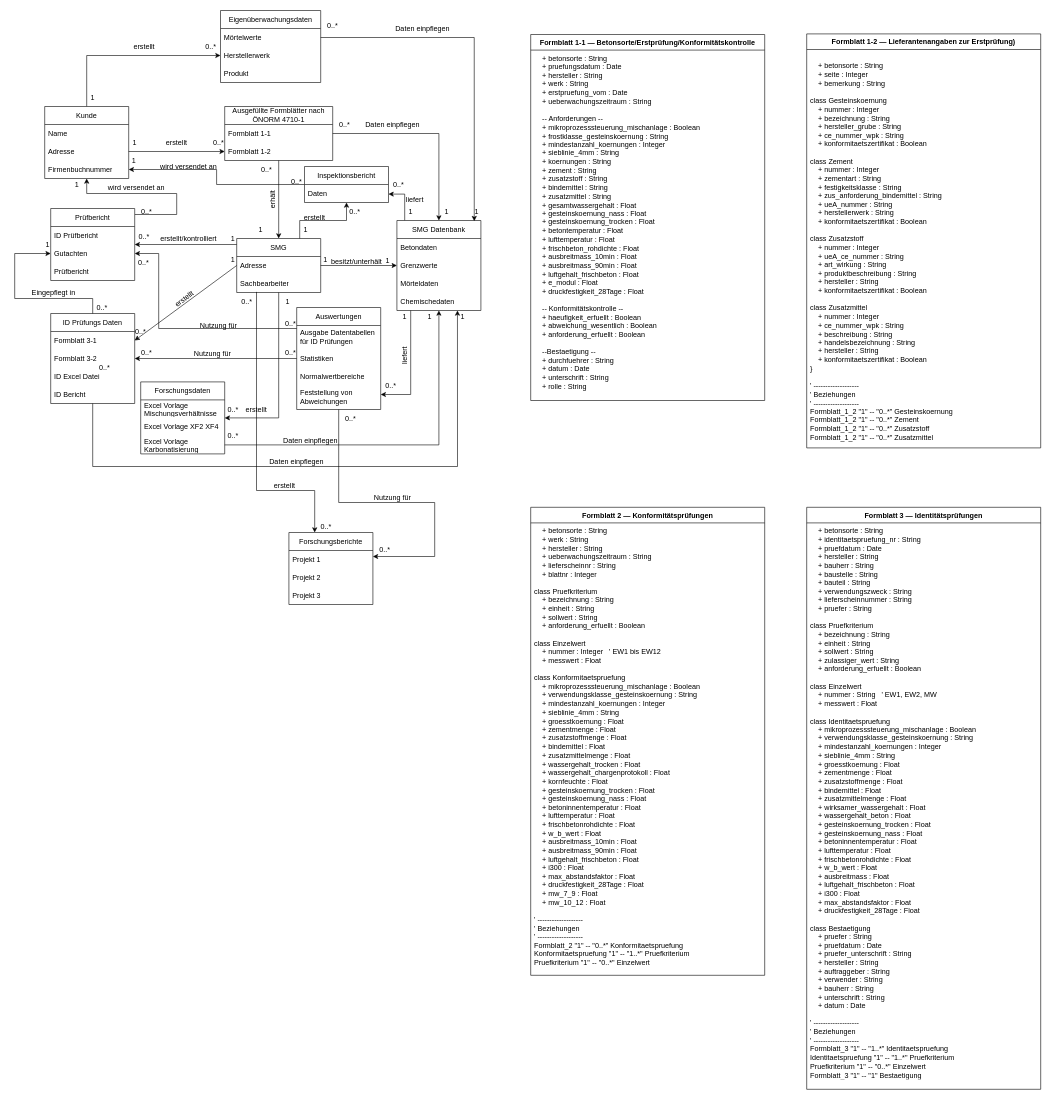
Above: Unbenanntes Diagramm.drawio in TManninger-smg/Datenmodellierung (draw.io), before the change. Source tidied: cells renumbered, new cells numbered last; positions are measured from the earlier drawing's top-left corner, leaving out a move shared by most shapes. Both pictures are drawn from the tidied source at 60%, with x=0, y=0 at pixel (14, 10).
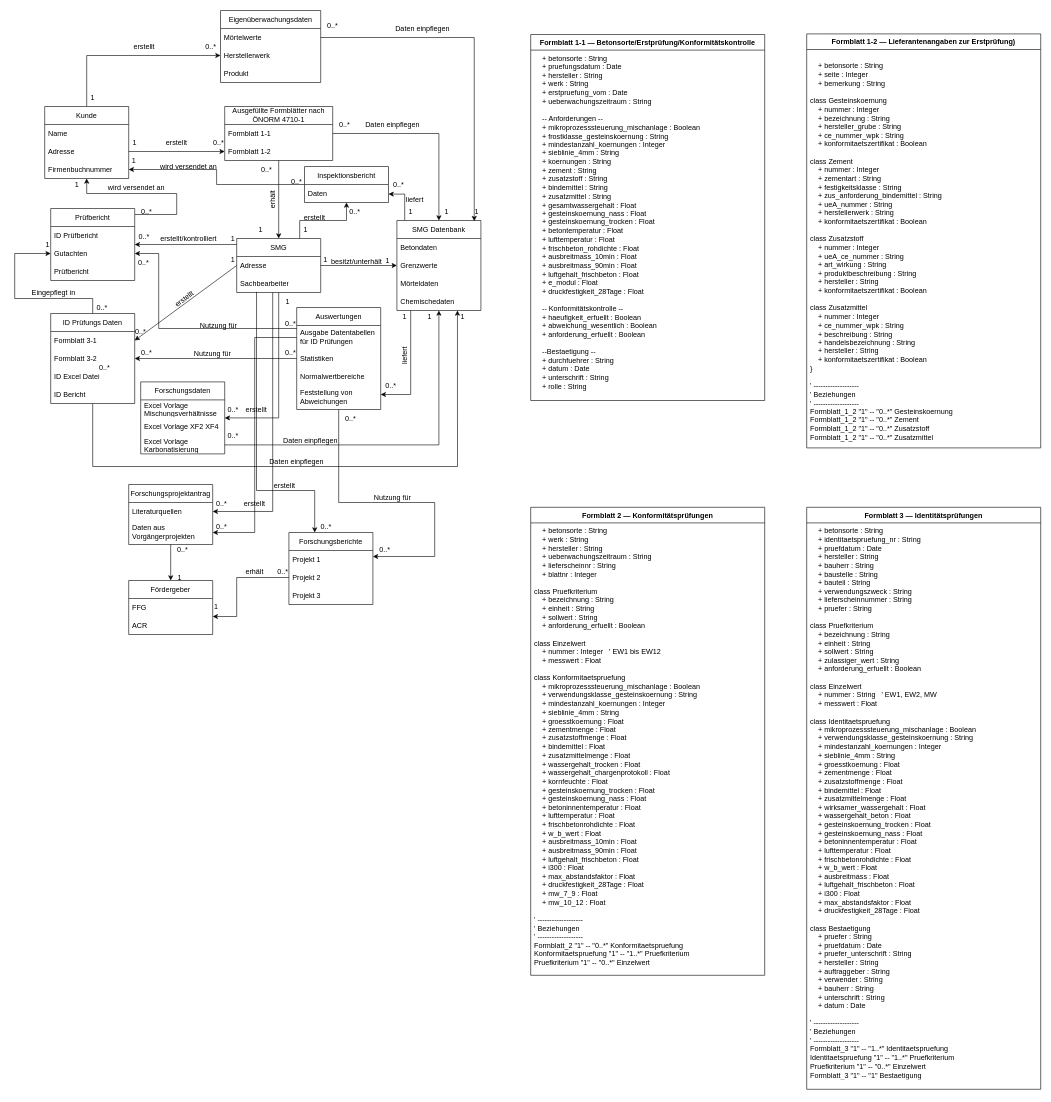
The same diagram, later.

Unchanged cells that the change refers to:
```xml
<mxCell id="15" value="Sachbearbeiter" style="text;strokeColor=none;fillColor=none;align=left;verticalAlign=middle;spacingLeft=4;spacingRight=4;overflow=hidden;points=[[0,0.5],[1,0.5]];portConstraint=eastwest;whiteSpace=wrap;html=1;" parent="13" vertex="1">
  <mxGeometry y="60" width="140" height="30" as="geometry" />
</mxCell>
<mxCell id="63" value="Ausgabe Datentabellen für ID Prüfungen" style="text;strokeColor=none;fillColor=none;align=left;verticalAlign=middle;spacingLeft=4;spacingRight=4;overflow=hidden;points=[[0,0.5],[1,0.5]];portConstraint=eastwest;whiteSpace=wrap;html=1;" parent="62" vertex="1">
  <mxGeometry y="30" width="140" height="40" as="geometry" />
</mxCell>
<mxCell id="76" value="Projekt 2" style="text;strokeColor=none;fillColor=none;align=left;verticalAlign=middle;spacingLeft=4;spacingRight=4;overflow=hidden;points=[[0,0.5],[1,0.5]];portConstraint=eastwest;whiteSpace=wrap;html=1;" parent="74" vertex="1">
  <mxGeometry y="60" width="140" height="30" as="geometry" />
</mxCell>
```

What changed in the source:
```diff
@@
+    <mxCell id="137" style="edgeStyle=orthogonalEdgeStyle;rounded=0;jettySize=auto;html=1;entryX=1;entryY=0.5;entryDx=0;entryDy=0;" parent="1" edge="1" source="15" target="143">
+      <mxGeometry relative="1" as="geometry">
+        <Array as="points">
+          <mxPoint x="430" y="835" />
+        </Array>
+      </mxGeometry>
+    </mxCell>
@@
-    <mxCell id="81" value="0..*" style="text;html=1;align=center;verticalAlign=middle;whiteSpace=wrap;rounded=0;" parent="1" vertex="1">
-      <mxGeometry x="357" y="470" width="60" height="30" as="geometry" />
-    </mxCell>
@@
+    <mxCell id="138" value="Fördergeber" style="swimlane;fontStyle=0;horizontal=1;startSize=30;whiteSpace=wrap;html=1;" parent="1" vertex="1">
+      <mxGeometry x="190" y="950" width="140" height="90" as="geometry" />
+    </mxCell>
+    <mxCell id="139" value="FFG" style="text;strokeColor=none;fillColor=none;align=left;verticalAlign=middle;spacingLeft=4;spacingRight=4;overflow=hidden;points=[[0,0.5],[1,0.5]];portConstraint=eastwest;whiteSpace=wrap;html=1;" parent="138" vertex="1">
+      <mxGeometry y="30" width="140" height="30" as="geometry" />
+    </mxCell>
+    <mxCell id="140" value="ACR" style="text;strokeColor=none;fillColor=none;align=left;verticalAlign=middle;spacingLeft=4;spacingRight=4;overflow=hidden;whiteSpace=wrap;html=1;" parent="138" vertex="1">
+      <mxGeometry y="60" width="140" height="30" as="geometry" />
+    </mxCell>
+    <mxCell id="141" style="edgeStyle=orthogonalEdgeStyle;rounded=0;jettySize=auto;html=1;entryX=0.5;entryY=0;entryDx=0;entryDy=0;" parent="1" edge="1" source="142" target="138">
+      <mxGeometry relative="1" as="geometry" />
+    </mxCell>
+    <mxCell id="142" value="Forschungsprojektantrag" style="swimlane;fontStyle=0;horizontal=1;startSize=30;whiteSpace=wrap;html=1;" parent="1" vertex="1">
+      <mxGeometry x="190" y="790" width="140" height="100" as="geometry" />
+    </mxCell>
+    <mxCell id="143" value="Literaturquellen" style="text;strokeColor=none;fillColor=none;align=left;verticalAlign=middle;spacingLeft=4;spacingRight=4;overflow=hidden;points=[[0,0.5],[1,0.5]];portConstraint=eastwest;whiteSpace=wrap;html=1;" parent="142" vertex="1">
+      <mxGeometry y="30" width="140" height="30" as="geometry" />
+    </mxCell>
+    <mxCell id="144" value="Daten aus Vorgängerprojekten" style="text;strokeColor=none;fillColor=none;align=left;verticalAlign=middle;spacingLeft=4;spacingRight=4;overflow=hidden;points=[[0,0.5],[1,0.5]];portConstraint=eastwest;whiteSpace=wrap;html=1;" parent="142" vertex="1">
+      <mxGeometry y="60" width="140" height="40" as="geometry" />
+    </mxCell>
+    <mxCell id="145" value="0..*" style="text;html=1;align=center;verticalAlign=middle;whiteSpace=wrap;rounded=0;rotation=0;" parent="1" vertex="1">
+      <mxGeometry x="315" y="808" width="60" height="30" as="geometry" />
+    </mxCell>
+    <mxCell id="146" value="erstellt" style="text;html=1;align=center;verticalAlign=middle;whiteSpace=wrap;rounded=0;" parent="1" vertex="1">
+      <mxGeometry x="370" y="807" width="60" height="30" as="geometry" />
+    </mxCell>
+    <mxCell id="147" style="edgeStyle=orthogonalEdgeStyle;rounded=0;jettySize=auto;html=1;" parent="1" edge="1" source="63" target="144">
+      <mxGeometry relative="1" as="geometry" />
+    </mxCell>
+    <mxCell id="148" value="0..*" style="text;html=1;align=center;verticalAlign=middle;whiteSpace=wrap;rounded=0;rotation=0;" parent="1" vertex="1">
+      <mxGeometry x="315" y="846" width="60" height="30" as="geometry" />
+    </mxCell>
+    <mxCell id="149" style="edgeStyle=orthogonalEdgeStyle;rounded=0;jettySize=auto;html=1;" parent="1" edge="1" source="76" target="139">
+      <mxGeometry relative="1" as="geometry">
+        <Array as="points">
+          <mxPoint x="370" y="945" />
+          <mxPoint x="370" y="1010" />
+        </Array>
+      </mxGeometry>
+    </mxCell>
+    <mxCell id="150" value="1" style="text;html=1;align=center;verticalAlign=middle;whiteSpace=wrap;rounded=0;" parent="1" vertex="1">
+      <mxGeometry x="301" y="979" width="70" height="30" as="geometry" />
+    </mxCell>
+    <mxCell id="151" value="0..*" style="text;html=1;align=center;verticalAlign=middle;whiteSpace=wrap;rounded=0;rotation=0;" parent="1" vertex="1">
+      <mxGeometry x="417" y="920" width="60" height="30" as="geometry" />
+    </mxCell>
+    <mxCell id="152" value="erhält" style="text;html=1;align=center;verticalAlign=middle;whiteSpace=wrap;rounded=0;" parent="1" vertex="1">
+      <mxGeometry x="370" y="920" width="60" height="30" as="geometry" />
+    </mxCell>
+    <mxCell id="153" value="1" style="text;html=1;align=center;verticalAlign=middle;whiteSpace=wrap;rounded=0;" parent="1" vertex="1">
+      <mxGeometry x="240" y="930" width="70" height="30" as="geometry" />
+    </mxCell>
+    <mxCell id="154" value="0..*" style="text;html=1;align=center;verticalAlign=middle;whiteSpace=wrap;rounded=0;rotation=0;" parent="1" vertex="1">
+      <mxGeometry x="250" y="884" width="60" height="30" as="geometry" />
+    </mxCell>
```
